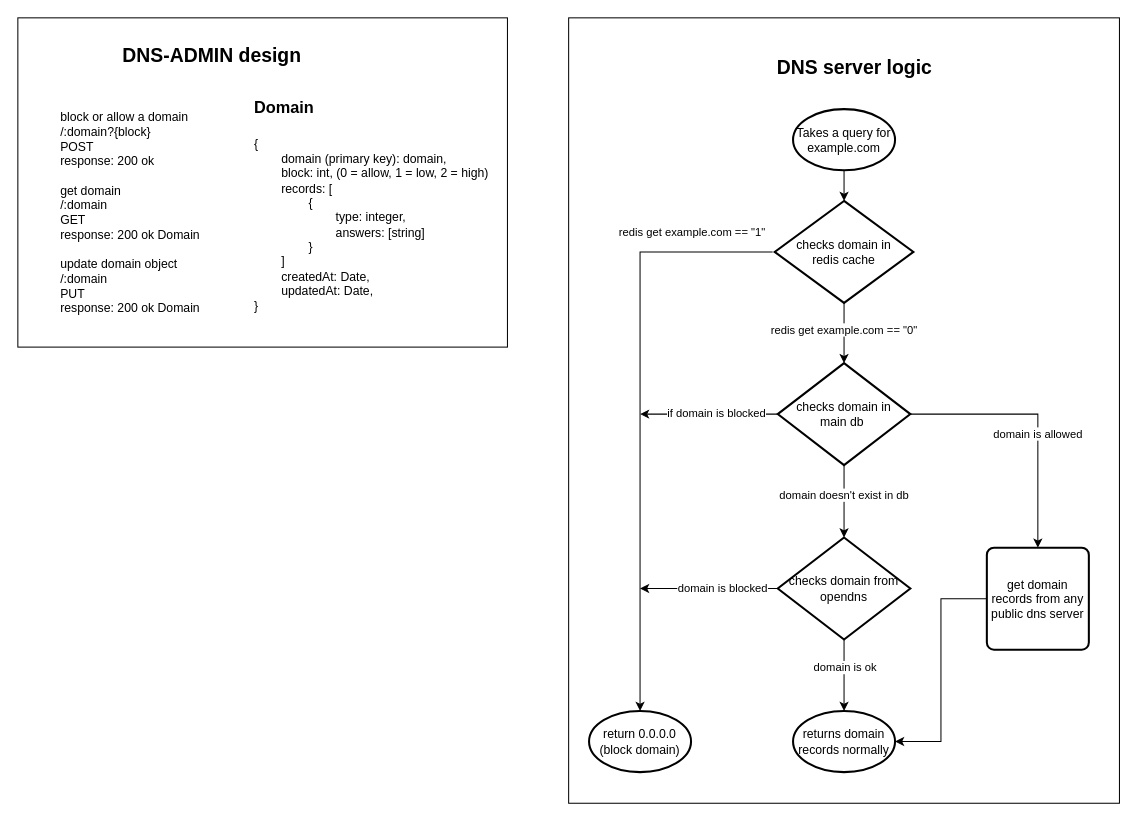
The draw.io diagram page "DNS" (3 of 3) of ainaa.drawio in ahmed-elbehairy7/mafazaa-system-design, before the edit. Source tidied: cells renumbered, new cells numbered last; positions are measured from the earlier drawing's top-left corner, leaving out a move shared by most shapes. Both pictures are drawn from the tidied source at 102%, with x=0, y=0 at pixel (17, 17).
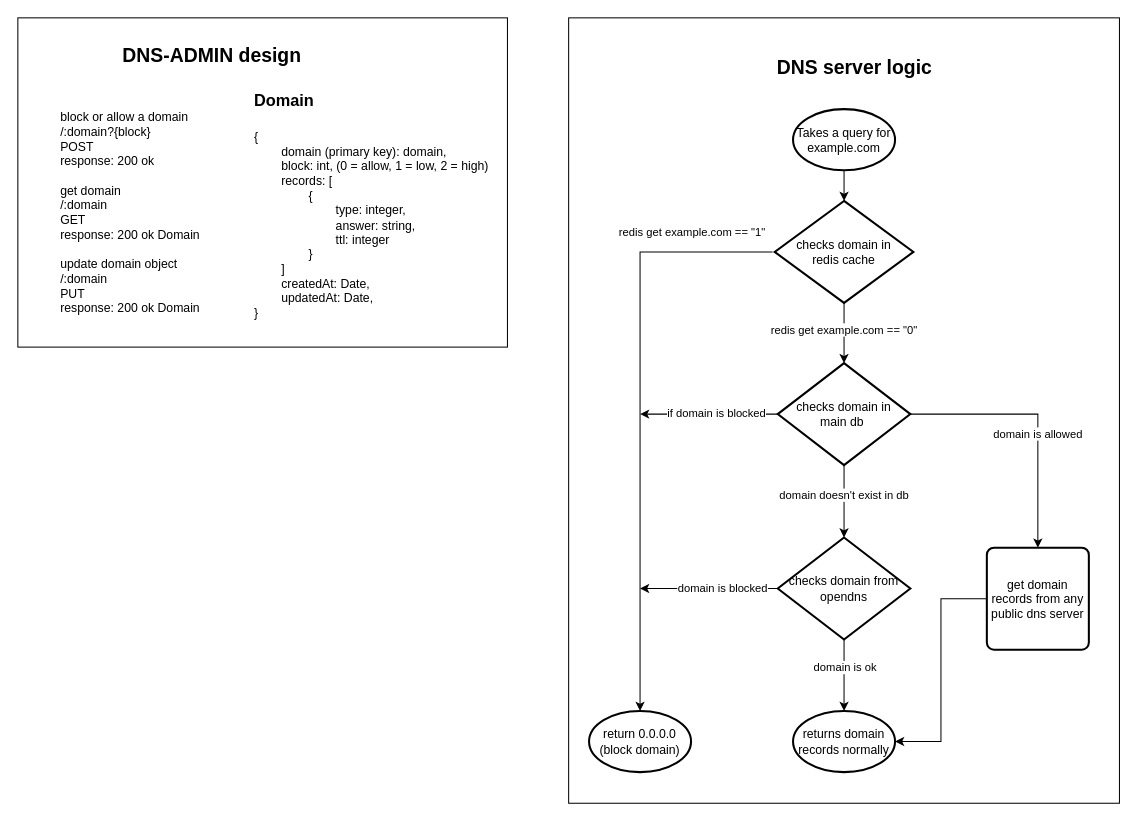
After the change.

Commit message:
updated domain schema

The change refers to these unchanged cells:
```xml
<mxCell id="28" style="group;" parent="1" vertex="1">
  <mxGeometry width="480" height="325" as="geometry" />
</mxCell>
```

Change to the diagram source:
```diff
@@
-    <mxCell id="31" value="&lt;div&gt;&lt;span style=&quot;font-size: 16px;&quot;&gt;&lt;b&gt;Domain&lt;/b&gt;&lt;/span&gt;&lt;/div&gt;&lt;div&gt;&lt;span style=&quot;font-size: 16px;&quot;&gt;&lt;b&gt;&lt;br&gt;&lt;/b&gt;&lt;/span&gt;&lt;/div&gt;&lt;div&gt;{&lt;/div&gt;&lt;div&gt;&lt;span style=&quot;white-space: pre;&quot;&gt;&#9;&lt;/span&gt;domain (primary key): domain,&lt;br&gt;&lt;/div&gt;&lt;div&gt;&lt;span style=&quot;white-space: pre;&quot;&gt;&#9;&lt;/span&gt;block: int, (0 = allow, 1 = low, 2 = high)&lt;br&gt;&lt;/div&gt;&lt;div&gt;&lt;span style=&quot;white-space: pre;&quot;&gt;&#9;&lt;/span&gt;records: [&lt;/div&gt;&lt;div&gt;&lt;span style=&quot;white-space: pre;&quot;&gt;&#9;&lt;span style=&quot;white-space: pre;&quot;&gt;&#9;&lt;/span&gt;{&lt;/span&gt;&lt;/div&gt;&lt;div&gt;&lt;span style=&quot;white-space: pre;&quot;&gt;&#9;&lt;/span&gt;&lt;span style=&quot;white-space: pre;&quot;&gt;&#9;&lt;/span&gt;&lt;span style=&quot;white-space: pre;&quot;&gt;&#9;&lt;/span&gt;type: integer,&lt;br&gt;&lt;/div&gt;&lt;div&gt;&lt;span style=&quot;white-space: pre;&quot;&gt;&#9;&lt;/span&gt;&lt;span style=&quot;white-space: pre;&quot;&gt;&#9;&lt;/span&gt;&lt;span style=&quot;white-space: pre;&quot;&gt;&#9;&lt;/span&gt;answers: [string]&lt;br&gt;&lt;/div&gt;&lt;div&gt;&lt;/div&gt;&lt;div&gt;&lt;/div&gt;&lt;div&gt;&lt;span style=&quot;white-space: pre;&quot;&gt;&lt;span style=&quot;white-space: pre;&quot;&gt;&lt;span style=&quot;white-space: pre;&quot;&gt;&#9;&lt;span style=&quot;white-space: pre;&quot;&gt;&#9;&lt;/span&gt;&lt;/span&gt;}&#9;&lt;/span&gt;&#9;&lt;/span&gt;&lt;/div&gt;&lt;div&gt;&lt;span style=&quot;white-space: pre;&quot;&gt;&#9;&lt;/span&gt;]&lt;br&gt;&lt;/div&gt;&lt;div&gt;&lt;span style=&quot;white-space: pre;&quot;&gt;&#9;&lt;/span&gt;createdAt: Date,&lt;br&gt;&lt;/div&gt;&lt;div&gt;&lt;span style=&quot;white-space: pre;&quot;&gt;&#9;&lt;/span&gt;updatedAt: Date,&lt;br&gt;&lt;/div&gt;&lt;div&gt;}&lt;/div&gt;" style="text;html=1;align=left;verticalAlign=middle;strokeColor=none;fillColor=none;" parent="28" vertex="1">
-      <mxGeometry x="230" y="73.8" width="250" height="220" as="geometry" />
+    <mxCell id="31" value="&lt;div&gt;&lt;span style=&quot;font-size: 16px;&quot;&gt;&lt;b&gt;Domain&lt;/b&gt;&lt;/span&gt;&lt;/div&gt;&lt;div&gt;&lt;span style=&quot;font-size: 16px;&quot;&gt;&lt;b&gt;&lt;br&gt;&lt;/b&gt;&lt;/span&gt;&lt;/div&gt;&lt;div&gt;{&lt;/div&gt;&lt;div&gt;&lt;span style=&quot;white-space: pre;&quot;&gt;&#9;&lt;/span&gt;domain (primary key): domain,&lt;br&gt;&lt;/div&gt;&lt;div&gt;&lt;span style=&quot;white-space: pre;&quot;&gt;&#9;&lt;/span&gt;block: int, (0 = allow, 1 = low, 2 = high)&lt;br&gt;&lt;/div&gt;&lt;div&gt;&lt;span style=&quot;white-space: pre;&quot;&gt;&#9;&lt;/span&gt;records: [&lt;/div&gt;&lt;div&gt;&lt;span style=&quot;white-space: pre;&quot;&gt;&#9;&lt;span style=&quot;white-space: pre;&quot;&gt;&#9;&lt;/span&gt;{&lt;/span&gt;&lt;/div&gt;&lt;div&gt;&lt;span style=&quot;white-space: pre;&quot;&gt;&#9;&lt;/span&gt;&lt;span style=&quot;white-space: pre;&quot;&gt;&#9;&lt;/span&gt;&lt;span style=&quot;white-space: pre;&quot;&gt;&#9;&lt;/span&gt;type: integer,&lt;br&gt;&lt;/div&gt;&lt;div&gt;&lt;span style=&quot;white-space: pre;&quot;&gt;&#9;&lt;/span&gt;&lt;span style=&quot;white-space: pre;&quot;&gt;&#9;&lt;/span&gt;&lt;span style=&quot;white-space: pre;&quot;&gt;&#9;&lt;/span&gt;answer: string,&lt;/div&gt;&lt;div&gt;&lt;span style=&quot;white-space: pre;&quot;&gt;&#9;&lt;/span&gt;&lt;span style=&quot;white-space: pre;&quot;&gt;&#9;&lt;/span&gt;&lt;span style=&quot;white-space: pre;&quot;&gt;&#9;&lt;/span&gt;ttl: integer&lt;br&gt;&lt;/div&gt;&lt;div&gt;&lt;/div&gt;&lt;div&gt;&lt;/div&gt;&lt;div&gt;&lt;span style=&quot;white-space: pre;&quot;&gt;&lt;span style=&quot;white-space: pre;&quot;&gt;&lt;span style=&quot;white-space: pre;&quot;&gt;&#9;&lt;span style=&quot;white-space: pre;&quot;&gt;&#9;&lt;/span&gt;&lt;/span&gt;}&#9;&lt;/span&gt;&#9;&lt;/span&gt;&lt;/div&gt;&lt;div&gt;&lt;span style=&quot;white-space: pre;&quot;&gt;&#9;&lt;/span&gt;]&lt;br&gt;&lt;/div&gt;&lt;div&gt;&lt;span style=&quot;white-space: pre;&quot;&gt;&#9;&lt;/span&gt;createdAt: Date,&lt;br&gt;&lt;/div&gt;&lt;div&gt;&lt;span style=&quot;white-space: pre;&quot;&gt;&#9;&lt;/span&gt;updatedAt: Date,&lt;br&gt;&lt;/div&gt;&lt;div&gt;}&lt;/div&gt;" style="text;html=1;align=left;verticalAlign=middle;strokeColor=none;fillColor=none;" parent="28" vertex="1">
+      <mxGeometry x="230" y="63.8" width="250" height="240" as="geometry" />
     </mxCell>
```
